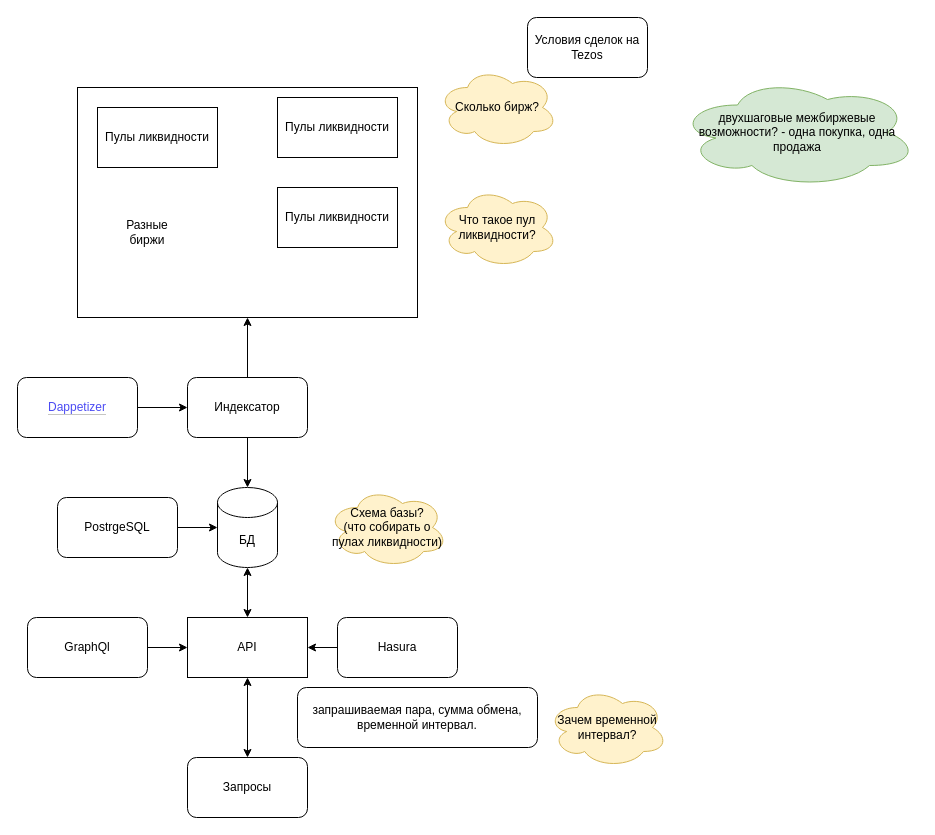
The draw.io diagram scheme.drawio in Fersol/tezos2022, before the edit. Source tidied: cells renumbered, new cells numbered last; positions are measured from the earlier drawing's top-left corner, leaving out a move shared by most shapes. Both pictures are drawn from the tidied source at 100%, with x=0, y=0 at pixel (17, 17).
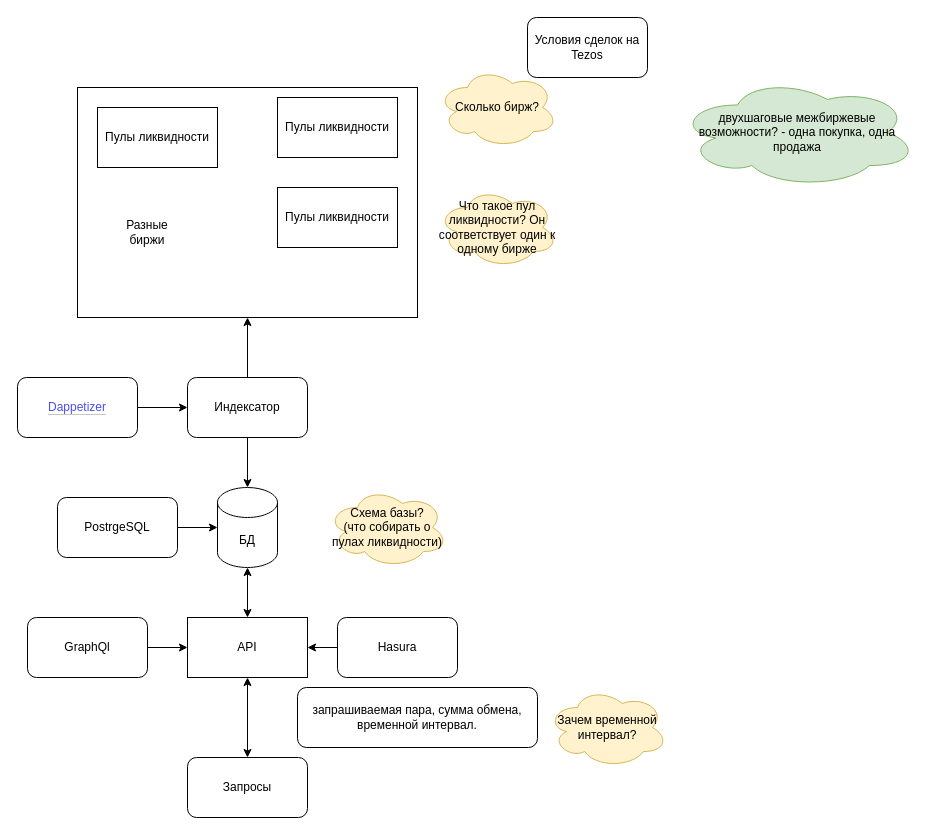
Above is the later version.

The edit, as a diff of the source:
```diff
@@
-    <mxCell id="29" value="Что такое пул ликвидности?" style="ellipse;shape=cloud;whiteSpace=wrap;html=1;fillColor=#fff2cc;strokeColor=#d6b656;" parent="1" vertex="1">
+    <mxCell id="29" value="Что такое пул ликвидности? Он соответствует один к одному бирже" style="ellipse;shape=cloud;whiteSpace=wrap;html=1;fillColor=#fff2cc;strokeColor=#d6b656;" parent="1" vertex="1">
       <mxGeometry x="420" y="170" width="120" height="80" as="geometry" />
     </mxCell>
```
